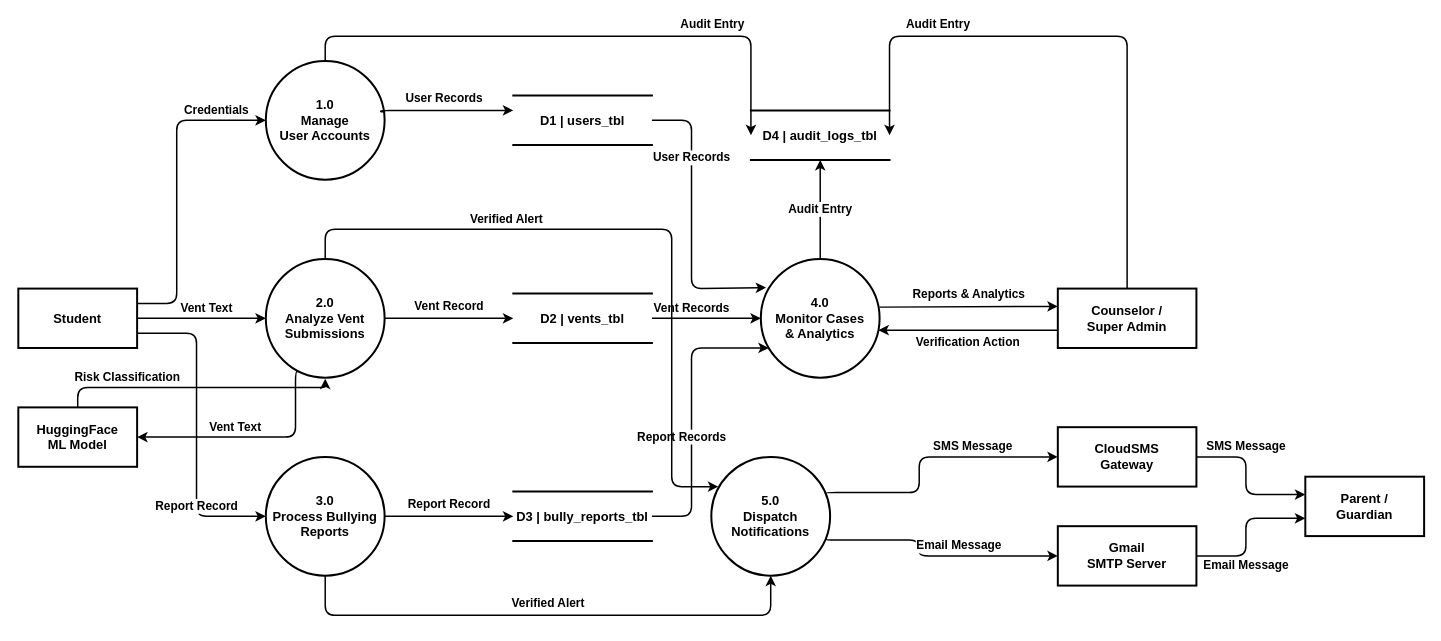
Before: docs/DFD_Level_1.drawio in CrayCray3000/StudentShield-SoftwareEngineering, a draw.io diagram. Source tidied: cells renumbered, new cells numbered last; positions are measured from the earlier drawing's top-left corner, leaving out a move shared by most shapes. Both pictures are drawn from the tidied source at 99%, with x=0, y=0 at pixel (18, 36).
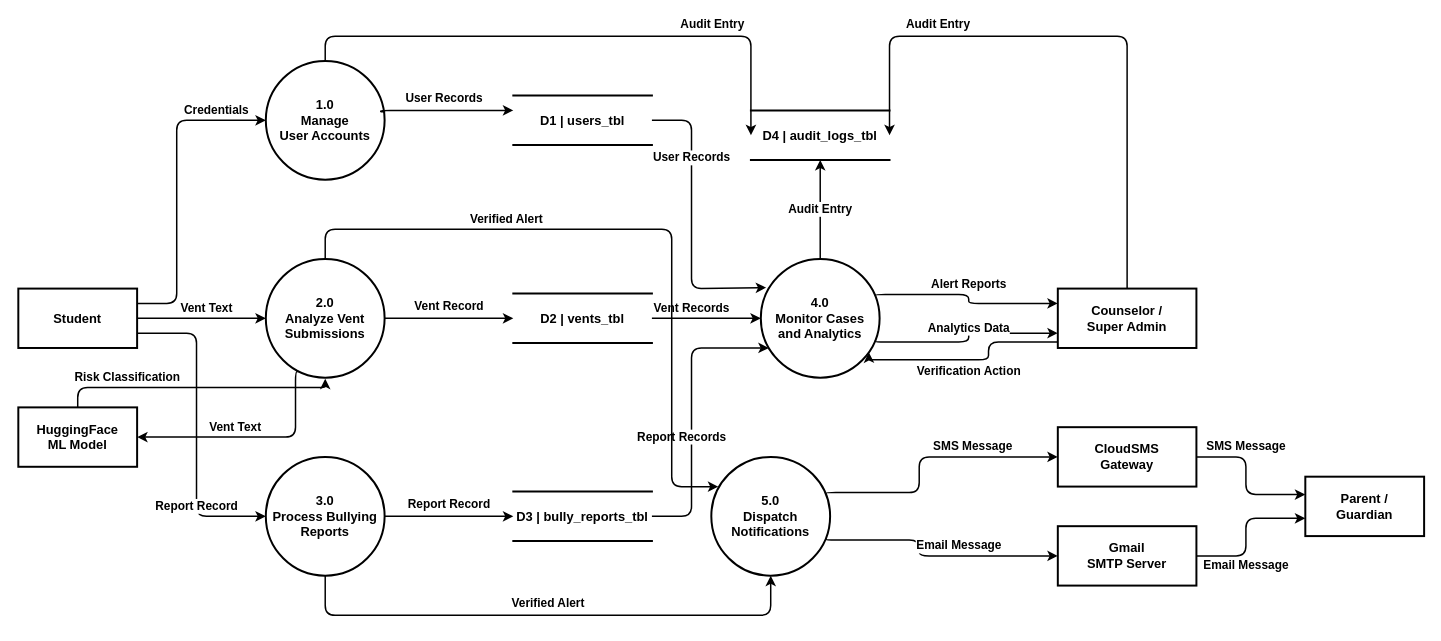
After the change.

The change refers to these unchanged cells:
```xml
<mxCell id="13" value="Counselor /&#10;Super Admin" style="rounded=0;whiteSpace=wrap;html=1;fontFamily=Helvetica;fontSize=13;fontStyle=1;strokeColor=#000000;strokeWidth=2;fillColor=#ffffff;" parent="1" vertex="1">
  <mxGeometry x="1050" y="255" width="140" height="60" as="geometry" />
</mxCell>
```

Diff of the diagram source:
```diff
@@
-    <mxCell id="11" value="4.0&#10;Monitor Cases&#10;&amp; Analytics" style="ellipse;whiteSpace=wrap;html=1;fontFamily=Helvetica;fontSize=13;fontStyle=1;strokeColor=#000000;strokeWidth=2;fillColor=#ffffff;" parent="1" vertex="1">
+    <mxCell id="11" value="4.0&#10;Monitor Cases&#10;and Analytics" style="ellipse;whiteSpace=wrap;html=1;fontFamily=Helvetica;fontSize=13;fontStyle=1;strokeColor=#000000;strokeWidth=2;fillColor=#ffffff;" parent="1" vertex="1">
       <mxGeometry x="750" y="225" width="120" height="120" as="geometry" />
     </mxCell>
@@
-    <mxCell id="30" value="Reports &amp; Analytics" style="edgeStyle=orthogonalEdgeStyle;rounded=1;html=1;fontFamily=Helvetica;fontSize=12;fontStyle=1;fontColor=#000000;strokeColor=#000000;strokeWidth=1.5;labelBackgroundColor=#ffffff;entryX=0;entryY=0.3;exitX=0.999;exitY=0.406;exitDx=0;exitDy=0;exitPerimeter=0;" parent="1" edge="1" source="11" target="13">
-      <mxGeometry relative="1" as="geometry">
-        <Array as="points">
-          <mxPoint x="870" y="273" />
-        </Array>
-        <mxPoint y="-12" as="offset" />
-      </mxGeometry>
-    </mxCell>
+    <mxCell id="39" value="Alert Reports" style="edgeStyle=orthogonalEdgeStyle;rounded=1;html=1;fontFamily=Helvetica;fontSize=12;fontStyle=1;fontColor=#000000;strokeColor=#000000;strokeWidth=1.5;labelBackgroundColor=#ffffff;entryX=0;entryY=0.25;exitX=1;exitY=0.3;" parent="1" edge="1" source="11" target="13">
+      <mxGeometry relative="1" as="geometry">
+        <Array as="points">
+          <mxPoint x="960" y="261" />
+          <mxPoint x="960" y="270" />
+        </Array>
+        <mxPoint y="-12" as="offset" />
+      </mxGeometry>
+    </mxCell>
+    <mxCell id="40" value="Analytics Data" style="edgeStyle=orthogonalEdgeStyle;rounded=1;html=1;fontFamily=Helvetica;fontSize=12;fontStyle=1;fontColor=#000000;strokeColor=#000000;strokeWidth=1.5;labelBackgroundColor=#ffffff;entryX=0;entryY=0.75;exitX=1;exitY=0.7;" parent="1" edge="1" source="11" target="13">
+      <mxGeometry relative="1" as="geometry">
+        <Array as="points">
+          <mxPoint x="960" y="309" />
+          <mxPoint x="960" y="300" />
+        </Array>
+        <mxPoint y="-12" as="offset" />
+      </mxGeometry>
+    </mxCell>
-    <mxCell id="31" value="Verification Action" style="edgeStyle=orthogonalEdgeStyle;rounded=1;html=1;fontFamily=Helvetica;fontSize=12;fontStyle=1;fontColor=#000000;strokeColor=#000000;strokeWidth=1.5;labelBackgroundColor=#ffffff;exitX=0;exitY=0.7;" parent="1" edge="1" source="13" target="11">
+    <mxCell id="31" value="Verification Action" style="edgeStyle=orthogonalEdgeStyle;rounded=1;html=1;fontFamily=Helvetica;fontSize=12;fontStyle=1;fontColor=#000000;strokeColor=#000000;strokeWidth=1.5;labelBackgroundColor=#ffffff;exitX=0;exitY=0.9;entryX=1;entryY=0.85;" parent="1" edge="1" source="13" target="11">
       <mxGeometry relative="1" as="geometry">
         <Array as="points">
-          <mxPoint x="920" y="297" />
-          <mxPoint x="920" y="297" />
+          <mxPoint x="980" y="309" />
+          <mxPoint x="980" y="327" />
         </Array>
         <mxPoint y="12" as="offset" />
       </mxGeometry>
     </mxCell>
```
